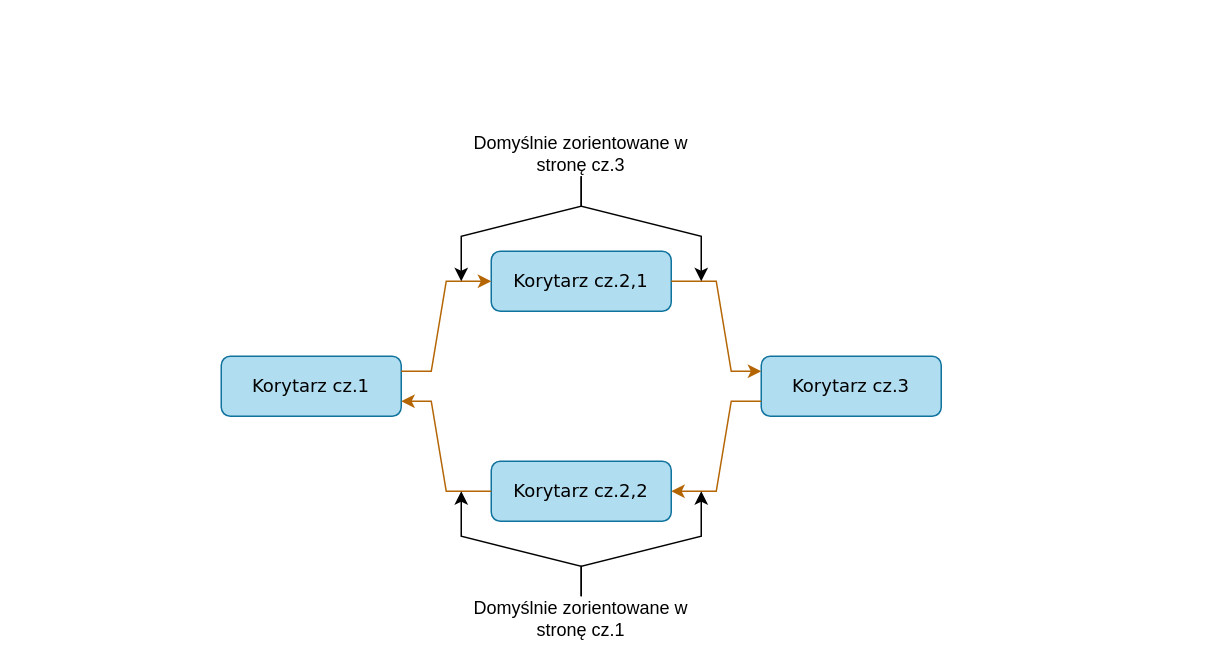
The draw.io diagram additional-media/block-diagram.drawio in Andreansx/Staszic360, before the edit. Source tidied: cells renumbered, new cells numbered last; positions are measured from the earlier drawing's top-left corner, leaving out a move shared by most shapes. Both pictures are drawn from the tidied source at 150%, with x=0, y=0 at pixel (220, 130).
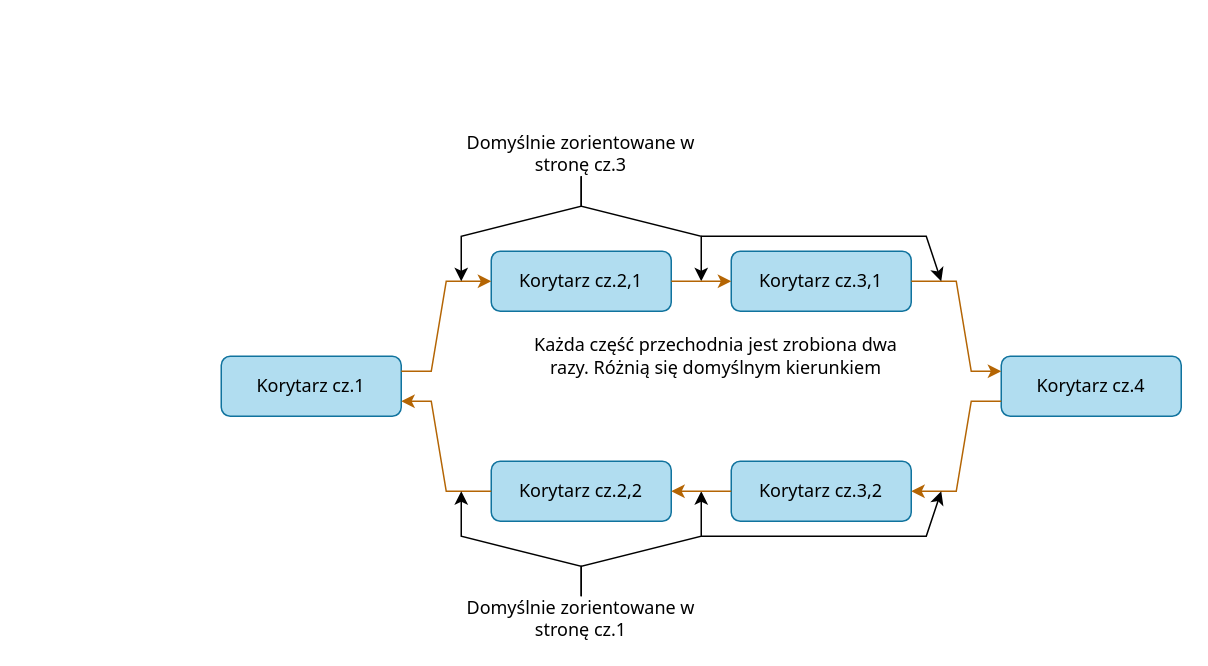
The same diagram, later.

Commit message:
updated block diagram

Diff of the diagram source:
```diff
@@
-    <mxCell id="2" style="edgeStyle=orthogonalEdgeStyle;rounded=0;jettySize=auto;html=1;exitX=1;exitY=0.5;exitDx=0;exitDy=0;" parent="1" edge="1" source="3">
+    <mxCell id="2" style="edgeStyle=orthogonalEdgeStyle;rounded=0;jettySize=auto;html=1;exitX=1;exitY=0.5;exitDx=0;exitDy=0;fontFamily=Tahoma;" parent="1" edge="1" source="3">
       <mxGeometry relative="1" as="geometry">
         <mxPoint x="120" y="170" as="targetPoint" />
       </mxGeometry>
     </mxCell>
-    <mxCell id="3" value="Korytarz cz.1" style="rounded=1;whiteSpace=wrap;html=1;fontSize=12;glass=0;strokeWidth=1;shadow=0;fontFamily=Verdana;fillColor=#b1ddf0;strokeColor=#10739e;" parent="1" vertex="1">
+    <mxCell id="3" value="Korytarz cz.1" style="rounded=1;whiteSpace=wrap;html=1;fontSize=12;glass=0;strokeWidth=1;shadow=0;fontFamily=Tahoma;fillColor=#b1ddf0;strokeColor=#10739e;" parent="1" vertex="1">
       <mxGeometry y="150" width="120" height="40" as="geometry" />
     </mxCell>
-    <mxCell id="4" value="Korytarz cz.2,1" style="rounded=1;whiteSpace=wrap;html=1;fontSize=12;glass=0;strokeWidth=1;shadow=0;fontFamily=Verdana;fillColor=#b1ddf0;strokeColor=#10739e;" parent="1" vertex="1">
+    <mxCell id="4" value="Korytarz cz.2,1" style="rounded=1;whiteSpace=wrap;html=1;fontSize=12;glass=0;strokeWidth=1;shadow=0;fontFamily=Tahoma;fillColor=#b1ddf0;strokeColor=#10739e;" parent="1" vertex="1">
       <mxGeometry x="180" y="80" width="120" height="40" as="geometry" />
     </mxCell>
-    <mxCell id="5" style="endArrow=classic;html=1;rounded=0;entryX=0;entryY=0.5;entryDx=0;entryDy=0;exitX=1;exitY=0.25;exitDx=0;exitDy=0;fillColor=#fad7ac;strokeColor=#b46504;" parent="1" edge="1" source="3" target="4">
+    <mxCell id="5" style="endArrow=classic;html=1;rounded=0;entryX=0;entryY=0.5;entryDx=0;entryDy=0;exitX=1;exitY=0.25;exitDx=0;exitDy=0;fillColor=#fad7ac;strokeColor=#b46504;fontFamily=Tahoma;" parent="1" edge="1" source="3" target="4">
       <mxGeometry relative="1" as="geometry">
         <Array as="points">
           <mxPoint x="140" y="160" />
           <mxPoint x="150" y="100" />
         </Array>
       </mxGeometry>
     </mxCell>
-    <mxCell id="6" value="Korytarz cz.3" style="rounded=1;whiteSpace=wrap;html=1;fontSize=12;glass=0;strokeWidth=1;shadow=0;fontFamily=Verdana;fillColor=#b1ddf0;strokeColor=#10739e;" parent="1" vertex="1">
-      <mxGeometry x="360" y="150" width="120" height="40" as="geometry" />
+    <mxCell id="6" value="Korytarz cz.3,1" style="rounded=1;whiteSpace=wrap;html=1;fontSize=12;glass=0;strokeWidth=1;shadow=0;fontFamily=Tahoma;fillColor=#b1ddf0;strokeColor=#10739e;" parent="1" vertex="1">
+      <mxGeometry x="340" y="80" width="120" height="40" as="geometry" />
     </mxCell>
-    <mxCell id="7" style="endArrow=classic;html=1;rounded=0;entryX=0;entryY=0.25;entryDx=0;entryDy=0;exitX=1;exitY=0.5;exitDx=0;exitDy=0;fillColor=#fad7ac;strokeColor=#b46504;" parent="1" edge="1" source="4" target="6">
-      <mxGeometry relative="1" as="geometry">
-        <Array as="points">
-          <mxPoint x="330" y="100" />
-          <mxPoint x="340" y="160" />
-        </Array>
-      </mxGeometry>
-    </mxCell>
-    <mxCell id="8" value="Korytarz cz.2,2" style="rounded=1;whiteSpace=wrap;html=1;fontSize=12;glass=0;strokeWidth=1;shadow=0;fontFamily=Verdana;fillColor=#b1ddf0;strokeColor=#10739e;" parent="1" vertex="1">
+    <mxCell id="8" value="Korytarz cz.2,2" style="rounded=1;whiteSpace=wrap;html=1;fontSize=12;glass=0;strokeWidth=1;shadow=0;fontFamily=Tahoma;fillColor=#b1ddf0;strokeColor=#10739e;" parent="1" vertex="1">
       <mxGeometry x="180" y="220" width="120" height="40" as="geometry" />
     </mxCell>
-    <mxCell id="9" style="endArrow=classic;html=1;rounded=0;entryX=1;entryY=0.5;entryDx=0;entryDy=0;exitX=0;exitY=0.75;exitDx=0;exitDy=0;fillColor=#fad7ac;strokeColor=#b46504;" parent="1" edge="1" source="6" target="8">
-      <mxGeometry relative="1" as="geometry">
-        <Array as="points">
-          <mxPoint x="340" y="180" />
-          <mxPoint x="330" y="240" />
-        </Array>
-      </mxGeometry>
-    </mxCell>
-    <mxCell id="10" style="endArrow=classic;html=1;rounded=0;entryX=1;entryY=0.75;entryDx=0;entryDy=0;exitX=0;exitY=0.5;exitDx=0;exitDy=0;fillColor=#fad7ac;strokeColor=#b46504;" parent="1" edge="1" source="8" target="3">
+    <mxCell id="10" style="endArrow=classic;html=1;rounded=0;entryX=1;entryY=0.75;entryDx=0;entryDy=0;exitX=0;exitY=0.5;exitDx=0;exitDy=0;fillColor=#fad7ac;strokeColor=#b46504;fontFamily=Tahoma;" parent="1" edge="1" source="8" target="3">
       <mxGeometry relative="1" as="geometry">
         <Array as="points">
           <mxPoint x="150" y="240" />
           <mxPoint x="140" y="180" />
         </Array>
       </mxGeometry>
     </mxCell>
-    <mxCell id="11" value="Domyślnie zorientowane w stronę cz.3" style="text;html=1;align=center;verticalAlign=middle;whiteSpace=wrap;rounded=0;" parent="1" vertex="1">
+    <mxCell id="11" value="Domyślnie zorientowane w stronę cz.3" style="text;html=1;align=center;verticalAlign=middle;whiteSpace=wrap;rounded=0;fontFamily=Tahoma;" parent="1" vertex="1">
       <mxGeometry x="160" width="160" height="30" as="geometry" />
     </mxCell>
-    <mxCell id="12" style="endArrow=classic;html=1;rounded=0;exitX=0.5;exitY=1;exitDx=0;exitDy=0;" parent="1" edge="1" source="11">
+    <mxCell id="12" style="endArrow=classic;html=1;rounded=0;exitX=0.5;exitY=1;exitDx=0;exitDy=0;fontFamily=Tahoma;" parent="1" edge="1" source="11">
       <mxGeometry relative="1" as="geometry">
         <mxPoint x="160" y="100" as="targetPoint" />
         <Array as="points">
           <mxPoint x="240" y="50" />
           <mxPoint x="160" y="70" />
         </Array>
       </mxGeometry>
     </mxCell>
-    <mxCell id="13" style="endArrow=classic;html=1;rounded=0;" parent="1" edge="1">
+    <mxCell id="13" style="endArrow=classic;html=1;rounded=0;fontFamily=Tahoma;" parent="1" edge="1">
       <mxGeometry relative="1" as="geometry">
         <mxPoint x="240" y="30" as="sourcePoint" />
         <mxPoint x="320" y="100" as="targetPoint" />
         <Array as="points">
           <mxPoint x="240" y="50" />
           <mxPoint x="320" y="70" />
         </Array>
       </mxGeometry>
     </mxCell>
-    <mxCell id="14" value="Domyślnie zorientowane w stronę cz.1" style="text;html=1;align=center;verticalAlign=middle;whiteSpace=wrap;rounded=0;" parent="1" vertex="1">
+    <mxCell id="14" value="Domyślnie zorientowane w stronę cz.1" style="text;html=1;align=center;verticalAlign=middle;whiteSpace=wrap;rounded=0;fontFamily=Tahoma;" parent="1" vertex="1">
       <mxGeometry x="160" y="310" width="160" height="30" as="geometry" />
     </mxCell>
-    <mxCell id="15" style="endArrow=classic;html=1;rounded=0;exitX=0.5;exitY=0;exitDx=0;exitDy=0;" parent="1" edge="1" source="14">
+    <mxCell id="15" style="endArrow=classic;html=1;rounded=0;exitX=0.5;exitY=0;exitDx=0;exitDy=0;fontFamily=Tahoma;" parent="1" edge="1" source="14">
       <mxGeometry relative="1" as="geometry">
         <mxPoint x="160" y="240" as="targetPoint" />
         <Array as="points">
           <mxPoint x="240" y="290" />
           <mxPoint x="160" y="270" />
         </Array>
       </mxGeometry>
     </mxCell>
-    <mxCell id="16" style="endArrow=classic;html=1;rounded=0;" parent="1" edge="1">
+    <mxCell id="16" style="endArrow=classic;html=1;rounded=0;fontFamily=Tahoma;" parent="1" edge="1">
       <mxGeometry relative="1" as="geometry">
         <mxPoint x="240" y="310" as="sourcePoint" />
         <mxPoint x="320" y="240" as="targetPoint" />
         <Array as="points">
           <mxPoint x="240" y="290" />
           <mxPoint x="320" y="270" />
         </Array>
       </mxGeometry>
     </mxCell>
+    <mxCell id="7" style="endArrow=classic;html=1;rounded=0;exitX=1;exitY=0.5;exitDx=0;exitDy=0;entryX=0;entryY=0.5;entryDx=0;entryDy=0;fillColor=#fad7ac;strokeColor=#b46504;fontFamily=Tahoma;" parent="1" edge="1" source="4" target="6">
+      <mxGeometry relative="1" as="geometry" />
+    </mxCell>
+    <mxCell id="17" value="Korytarz cz.4" style="rounded=1;whiteSpace=wrap;html=1;fontSize=12;glass=0;strokeWidth=1;shadow=0;fontFamily=Tahoma;fillColor=#b1ddf0;strokeColor=#10739e;" parent="1" vertex="1">
+      <mxGeometry x="520" y="150" width="120" height="40" as="geometry" />
+    </mxCell>
+    <mxCell id="18" style="endArrow=classic;html=1;rounded=0;exitX=1;exitY=0.5;exitDx=0;exitDy=0;entryX=0;entryY=0.25;entryDx=0;entryDy=0;fillColor=#fad7ac;strokeColor=#b46504;fontFamily=Tahoma;" parent="1" edge="1" source="6" target="17">
+      <mxGeometry relative="1" as="geometry">
+        <Array as="points">
+          <mxPoint x="490" y="100" />
+          <mxPoint x="500" y="160" />
+        </Array>
+      </mxGeometry>
+    </mxCell>
+    <mxCell id="19" value="Korytarz cz.3,2" style="rounded=1;whiteSpace=wrap;html=1;fontSize=12;glass=0;strokeWidth=1;shadow=0;fontFamily=Tahoma;fillColor=#b1ddf0;strokeColor=#10739e;" parent="1" vertex="1">
+      <mxGeometry x="340" y="220" width="120" height="40" as="geometry" />
+    </mxCell>
+    <mxCell id="20" style="endArrow=classic;html=1;rounded=0;entryX=1;entryY=0.5;entryDx=0;entryDy=0;exitX=0;exitY=0.75;exitDx=0;exitDy=0;fillColor=#fad7ac;strokeColor=#b46504;fontFamily=Tahoma;" parent="1" edge="1" source="17" target="19">
+      <mxGeometry relative="1" as="geometry">
+        <Array as="points">
+          <mxPoint x="500" y="180" />
+          <mxPoint x="490" y="240" />
+        </Array>
+      </mxGeometry>
+    </mxCell>
+    <mxCell id="21" style="endArrow=classic;html=1;rounded=0;exitX=0;exitY=0.5;exitDx=0;exitDy=0;entryX=1;entryY=0.5;entryDx=0;entryDy=0;fillColor=#fad7ac;strokeColor=#b46504;fontFamily=Tahoma;" parent="1" edge="1" source="19" target="8">
+      <mxGeometry relative="1" as="geometry" />
+    </mxCell>
+    <mxCell id="22" value="Każda część przechodnia jest zrobiona dwa razy. Różnią się domyślnym kierunkiem" style="text;html=1;align=center;verticalAlign=middle;whiteSpace=wrap;rounded=0;fontFamily=Tahoma;" parent="1" vertex="1">
+      <mxGeometry x="200" y="130" width="260" height="40" as="geometry" />
+    </mxCell>
+    <mxCell id="23" value="&lt;blockquote style=&quot;margin: 0 0 0 40px; border: none; padding: 0px;&quot;&gt;&lt;br&gt;&lt;/blockquote&gt;" style="text;align=left;verticalAlign=middle;rounded=0;fontColor=light-dark(#000000,#000000);labelBackgroundColor=none;html=1;labelPosition=center;verticalLabelPosition=middle;textDirection=ltr;" parent="1" vertex="1">
+      <mxGeometry x="-130" y="-70" width="160" height="130" as="geometry" />
+    </mxCell>
+    <mxCell id="24" style="endArrow=classic;html=1;rounded=0;" parent="1" edge="1">
+      <mxGeometry relative="1" as="geometry">
+        <mxPoint x="320" y="70" as="sourcePoint" />
+        <mxPoint x="480" y="100" as="targetPoint" />
+        <Array as="points">
+          <mxPoint x="470" y="70" />
+        </Array>
+      </mxGeometry>
+    </mxCell>
+    <mxCell id="25" style="endArrow=classic;html=1;rounded=0;" parent="1" edge="1">
+      <mxGeometry relative="1" as="geometry">
+        <mxPoint x="320" y="270" as="sourcePoint" />
+        <mxPoint x="480" y="240" as="targetPoint" />
+        <Array as="points">
+          <mxPoint x="470" y="270" />
+        </Array>
+      </mxGeometry>
+    </mxCell>
```
